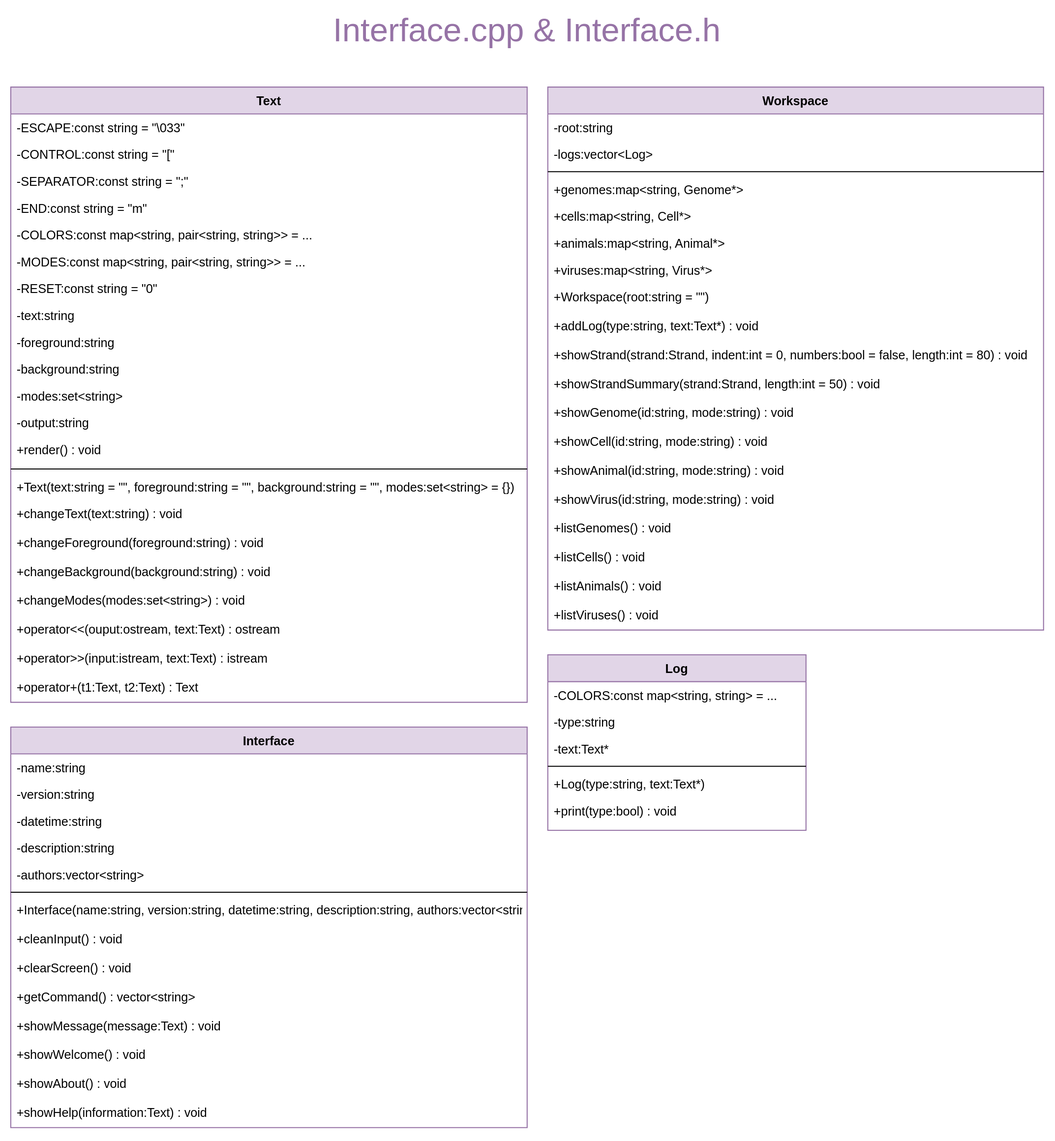
Earlier version of the draw.io export schema/classes/Interface.drawio.svg (k-forghani/class-of-life). Source tidied: cells renumbered, new cells last; positions are measured from the earlier drawing's top-left corner, leaving out a move shared by most shapes.
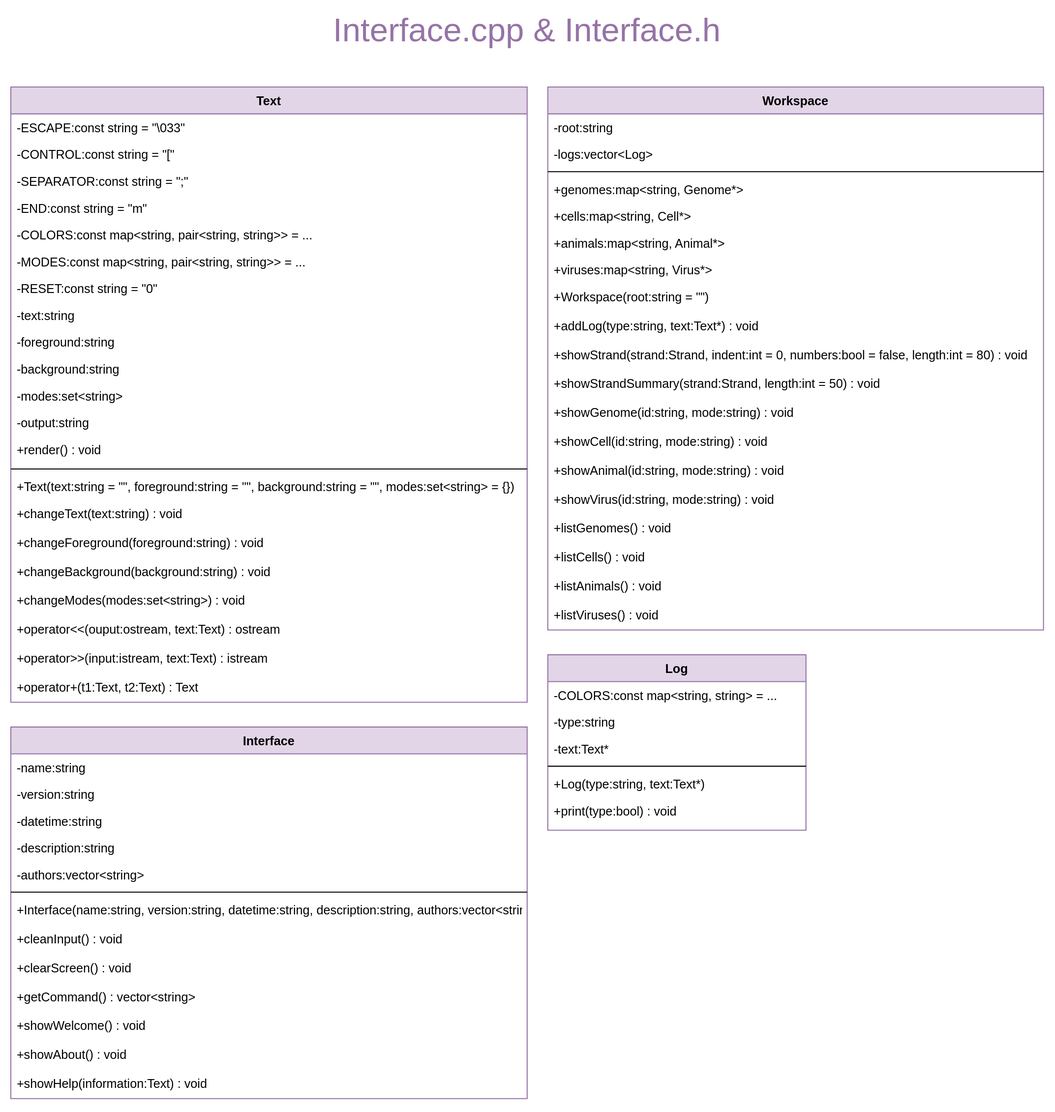
Above is the later version.

What changed in the source:
```diff
@@ -156,7 +156,7 @@
       <mxGeometry y="498" width="480" height="28" as="geometry" />
     </mxCell>
     <mxCell id="53" value="Interface" style="swimlane;fontStyle=1;align=center;verticalAlign=top;horizontal=1;startSize=26;rounded=0;shadow=0;strokeWidth=1;fillColor=#e1d5e7;strokeColor=#9673a6;swimlaneFillColor=default;" parent="1" vertex="1">
-      <mxGeometry y="690" width="500" height="388" as="geometry" />
+      <mxGeometry y="690" width="500" height="360" as="geometry" />
     </mxCell>
     <mxCell id="54" value="-name:string" style="text;align=left;verticalAlign=top;spacingLeft=4;spacingRight=4;overflow=hidden;" parent="53" vertex="1">
       <mxGeometry y="26" width="500" height="26" as="geometry" />
@@ -188,17 +188,14 @@
     <mxCell id="63" value="+getCommand() : vector&lt;string&gt;" style="text;align=left;verticalAlign=top;spacingLeft=4;spacingRight=4;overflow=hidden;" parent="53" vertex="1">
       <mxGeometry y="248" width="500" height="28" as="geometry" />
     </mxCell>
-    <mxCell id="64" value="+showMessage(message:Text) : void" style="text;align=left;verticalAlign=top;spacingLeft=4;spacingRight=4;overflow=hidden;" parent="53" vertex="1">
-      <mxGeometry y="276" width="500" height="28" as="geometry" />
-    </mxCell>
     <mxCell id="65" value="+showWelcome() : void" style="text;align=left;verticalAlign=top;spacingLeft=4;spacingRight=4;overflow=hidden;" parent="53" vertex="1">
-      <mxGeometry y="304" width="500" height="28" as="geometry" />
+      <mxGeometry y="276" width="500" height="28" as="geometry" />
     </mxCell>
     <mxCell id="66" value="+showAbout() : void" style="text;align=left;verticalAlign=top;spacingLeft=4;spacingRight=4;overflow=hidden;" parent="53" vertex="1">
-      <mxGeometry y="332" width="500" height="28" as="geometry" />
+      <mxGeometry y="304" width="500" height="28" as="geometry" />
     </mxCell>
     <mxCell id="67" value="+showHelp(information:Text) : void" style="text;align=left;verticalAlign=top;spacingLeft=4;spacingRight=4;overflow=hidden;" parent="53" vertex="1">
-      <mxGeometry y="360" width="500" height="28" as="geometry" />
+      <mxGeometry y="332" width="500" height="28" as="geometry" />
     </mxCell>
   </root>
 </mxGraphModel>
```
